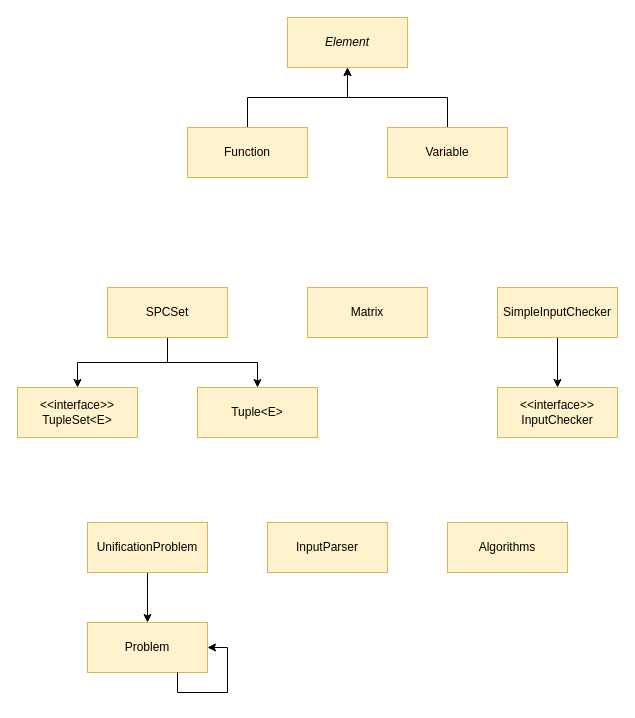
This is Presentation/SystemModelPresentation.drawio from SophieHofmanninger/Solving-proximity-constraints, a draw.io file, before an edit. Source tidied: cells renumbered, new cells numbered last; positions are measured from the earlier drawing's top-left corner, leaving out a move shared by most shapes. Both pictures are drawn from the tidied source at 100%, with x=0, y=0 at pixel (17, 17).
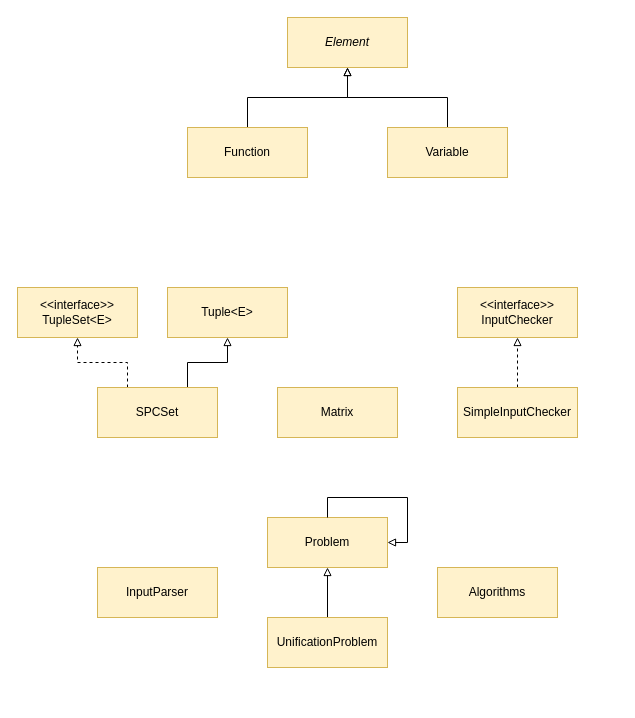
After the change.

Unchanged cells that the change refers to:
```xml
<mxCell id="2" value="&lt;i&gt;Element&lt;/i&gt;" style="rounded=0;whiteSpace=wrap;html=1;fillColor=#fff2cc;strokeColor=#d6b656;" parent="1" vertex="1">
  <mxGeometry x="270" width="120" height="50" as="geometry" />
</mxCell>
<mxCell id="4" value="Function" style="rounded=0;whiteSpace=wrap;html=1;fillColor=#fff2cc;strokeColor=#d6b656;" parent="1" vertex="1">
  <mxGeometry x="170" y="110" width="120" height="50" as="geometry" />
</mxCell>
<mxCell id="6" value="Variable" style="rounded=0;whiteSpace=wrap;html=1;fillColor=#fff2cc;strokeColor=#d6b656;" parent="1" vertex="1">
  <mxGeometry x="370" y="110" width="120" height="50" as="geometry" />
</mxCell>
```

The edit, as a diff of the source:
```diff
@@
-    <mxCell id="3" style="edgeStyle=orthogonalEdgeStyle;rounded=0;jettySize=auto;html=1;exitX=0.5;exitY=0;exitDx=0;exitDy=0;entryX=0.5;entryY=1;entryDx=0;entryDy=0;" parent="1" edge="1" source="4" target="2">
+    <mxCell id="3" style="edgeStyle=orthogonalEdgeStyle;jettySize=auto;html=1;exitX=0.5;exitY=0;exitDx=0;exitDy=0;entryX=0.5;entryY=1;entryDx=0;entryDy=0;rounded=0;endArrow=block;endFill=0;" parent="1" edge="1" source="4" target="2">
       <mxGeometry relative="1" as="geometry" />
     </mxCell>
@@
-    <mxCell id="5" style="edgeStyle=orthogonalEdgeStyle;rounded=0;jettySize=auto;html=1;exitX=0.5;exitY=0;exitDx=0;exitDy=0;entryX=0.5;entryY=1;entryDx=0;entryDy=0;" parent="1" edge="1" source="6" target="2">
+    <mxCell id="5" style="edgeStyle=orthogonalEdgeStyle;rounded=0;jettySize=auto;html=1;exitX=0.5;exitY=0;exitDx=0;exitDy=0;entryX=0.5;entryY=1;entryDx=0;entryDy=0;endArrow=block;endFill=0;" parent="1" edge="1" source="6" target="2">
       <mxGeometry relative="1" as="geometry" />
     </mxCell>
@@
     <mxCell id="7" value="&amp;lt;&amp;lt;interface&amp;gt;&amp;gt;&lt;br&gt;TupleSet&amp;lt;E&amp;gt;&lt;br&gt;" style="rounded=0;whiteSpace=wrap;html=1;fillColor=#fff2cc;strokeColor=#d6b656;" parent="1" vertex="1">
-      <mxGeometry y="370" width="120" height="50" as="geometry" />
+      <mxGeometry y="270" width="120" height="50" as="geometry" />
     </mxCell>
-    <mxCell id="8" style="edgeStyle=orthogonalEdgeStyle;rounded=0;jettySize=auto;html=1;exitX=0.5;exitY=1;exitDx=0;exitDy=0;" parent="1" edge="1" source="10" target="7">
+    <mxCell id="8" style="edgeStyle=orthogonalEdgeStyle;rounded=0;jettySize=auto;html=1;exitX=0.25;exitY=0;exitDx=0;exitDy=0;endArrow=block;endFill=0;dashed=1;" parent="1" edge="1" source="10" target="7">
       <mxGeometry relative="1" as="geometry" />
     </mxCell>
-    <mxCell id="9" style="edgeStyle=orthogonalEdgeStyle;rounded=0;jettySize=auto;html=1;exitX=0.5;exitY=1;exitDx=0;exitDy=0;" parent="1" edge="1" source="10" target="11">
+    <mxCell id="9" style="edgeStyle=orthogonalEdgeStyle;rounded=0;jettySize=auto;html=1;exitX=0.75;exitY=0;exitDx=0;exitDy=0;endArrow=block;endFill=0;" parent="1" edge="1" source="10" target="11">
       <mxGeometry relative="1" as="geometry" />
     </mxCell>
     <mxCell id="10" value="SPCSet" style="rounded=0;whiteSpace=wrap;html=1;fillColor=#fff2cc;strokeColor=#d6b656;" parent="1" vertex="1">
-      <mxGeometry x="90" y="270" width="120" height="50" as="geometry" />
+      <mxGeometry x="80" y="370" width="120" height="50" as="geometry" />
     </mxCell>
     <mxCell id="11" value="Tuple&amp;lt;E&amp;gt;" style="rounded=0;whiteSpace=wrap;html=1;fillColor=#fff2cc;strokeColor=#d6b656;" parent="1" vertex="1">
-      <mxGeometry x="180" y="370" width="120" height="50" as="geometry" />
+      <mxGeometry x="150" y="270" width="120" height="50" as="geometry" />
     </mxCell>
     <mxCell id="12" value="Matrix" style="rounded=0;whiteSpace=wrap;html=1;fillColor=#fff2cc;strokeColor=#d6b656;" parent="1" vertex="1">
-      <mxGeometry x="290" y="270" width="120" height="50" as="geometry" />
+      <mxGeometry x="260" y="370" width="120" height="50" as="geometry" />
     </mxCell>
     <mxCell id="13" value="&amp;lt;&amp;lt;interface&amp;gt;&amp;gt;&lt;br&gt;InputChecker&lt;br&gt;" style="rounded=0;whiteSpace=wrap;html=1;fillColor=#fff2cc;strokeColor=#d6b656;" parent="1" vertex="1">
-      <mxGeometry x="480" y="370" width="120" height="50" as="geometry" />
+      <mxGeometry x="440" y="270" width="120" height="50" as="geometry" />
     </mxCell>
-    <mxCell id="14" style="edgeStyle=orthogonalEdgeStyle;rounded=0;jettySize=auto;html=1;exitX=0.5;exitY=1;exitDx=0;exitDy=0;entryX=0.5;entryY=0;entryDx=0;entryDy=0;" parent="1" edge="1" source="15" target="13">
+    <mxCell id="14" style="edgeStyle=orthogonalEdgeStyle;rounded=0;jettySize=auto;html=1;exitX=0.5;exitY=0;exitDx=0;exitDy=0;entryX=0.5;entryY=1;entryDx=0;entryDy=0;dashed=1;endArrow=block;endFill=0;" parent="1" edge="1" source="15" target="13">
       <mxGeometry relative="1" as="geometry" />
     </mxCell>
     <mxCell id="15" value="SimpleInputChecker&lt;br&gt;" style="rounded=0;whiteSpace=wrap;html=1;fillColor=#fff2cc;strokeColor=#d6b656;" parent="1" vertex="1">
-      <mxGeometry x="480" y="270" width="120" height="50" as="geometry" />
+      <mxGeometry x="440" y="370" width="120" height="50" as="geometry" />
     </mxCell>
     <mxCell id="16" value="Problem&lt;br&gt;" style="rounded=0;whiteSpace=wrap;html=1;fillColor=#fff2cc;strokeColor=#d6b656;" parent="1" vertex="1">
-      <mxGeometry x="70" y="605" width="120" height="50" as="geometry" />
+      <mxGeometry x="250" y="500" width="120" height="50" as="geometry" />
     </mxCell>
-    <mxCell id="17" style="edgeStyle=orthogonalEdgeStyle;rounded=0;jettySize=auto;html=1;exitX=0.5;exitY=1;exitDx=0;exitDy=0;" parent="1" edge="1" source="18" target="16">
+    <mxCell id="17" style="edgeStyle=orthogonalEdgeStyle;rounded=0;jettySize=auto;html=1;exitX=0.5;exitY=0;exitDx=0;exitDy=0;endArrow=block;endFill=0;" parent="1" edge="1" source="18" target="16">
       <mxGeometry relative="1" as="geometry" />
     </mxCell>
     <mxCell id="18" value="UnificationProblem" style="rounded=0;whiteSpace=wrap;html=1;fillColor=#fff2cc;strokeColor=#d6b656;" parent="1" vertex="1">
-      <mxGeometry x="70" y="505" width="120" height="50" as="geometry" />
+      <mxGeometry x="250" y="600" width="120" height="50" as="geometry" />
     </mxCell>
     <mxCell id="19" value="InputParser" style="rounded=0;whiteSpace=wrap;html=1;fillColor=#fff2cc;strokeColor=#d6b656;" parent="1" vertex="1">
-      <mxGeometry x="250" y="505" width="120" height="50" as="geometry" />
+      <mxGeometry x="80" y="550" width="120" height="50" as="geometry" />
     </mxCell>
     <mxCell id="20" value="Algorithms&lt;br&gt;" style="rounded=0;whiteSpace=wrap;html=1;fillColor=#fff2cc;strokeColor=#d6b656;" parent="1" vertex="1">
-      <mxGeometry x="430" y="505" width="120" height="50" as="geometry" />
+      <mxGeometry x="420" y="550" width="120" height="50" as="geometry" />
     </mxCell>
-    <mxCell id="21" style="edgeStyle=orthogonalEdgeStyle;rounded=0;orthogonalLoop=1;jettySize=auto;html=1;exitX=0.75;exitY=1;exitDx=0;exitDy=0;entryX=1;entryY=0.5;entryDx=0;entryDy=0;" parent="1" edge="1" source="16" target="16">
-      <mxGeometry relative="1" as="geometry">
-        <Array as="points">
-          <mxPoint x="160" y="675" />
-          <mxPoint x="210" y="675" />
-          <mxPoint x="210" y="630" />
-        </Array>
-      </mxGeometry>
+    <mxCell id="21" style="edgeStyle=orthogonalEdgeStyle;rounded=0;orthogonalLoop=1;jettySize=auto;html=1;exitX=0.5;exitY=0;exitDx=0;exitDy=0;entryX=1;entryY=0.5;entryDx=0;entryDy=0;endArrow=block;endFill=0;" parent="1" edge="1" source="16" target="16">
+      <mxGeometry relative="1" as="geometry" />
     </mxCell>
```
